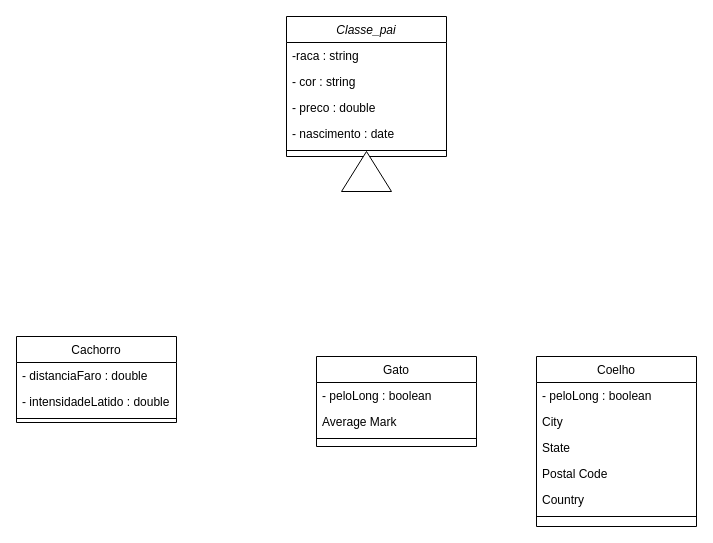
gustavojose136/aula-facul keeps this draw.io diagram as REQUISITOS_MODELAGEM_E_ANÁLISE_DE_DADOS/aula03/word/exe_03.drawio. Above is the earlier version. Source tidied: cells renumbered, new cells numbered last; positions are measured from the earlier drawing's top-left corner, leaving out a move shared by most shapes. Both pictures are drawn from the tidied source at 100%, with x=0, y=0 at pixel (16, 16).
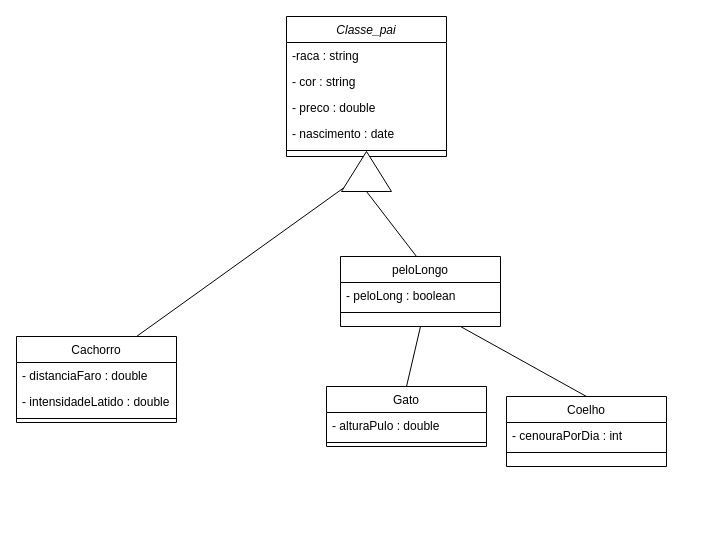
After the change.

Unchanged cells that the change refers to:
```xml
<mxCell id="12" value="Cachorro" style="swimlane;fontStyle=0;align=center;verticalAlign=top;horizontal=1;startSize=26;rounded=0;shadow=0;strokeWidth=1;" parent="1" vertex="1">
  <mxGeometry y="320" width="160" height="86" as="geometry" />
</mxCell>
<mxCell id="23" style="triangle;whiteSpace=wrap;html=1;rotation=-90;" parent="1" vertex="1">
  <mxGeometry x="330" y="130" width="40" height="50" as="geometry" />
</mxCell>
```

Diff of the diagram source:
```diff
@@
     <mxCell id="8" value="Gato" style="swimlane;fontStyle=0;align=center;verticalAlign=top;horizontal=1;startSize=26;rounded=0;shadow=0;strokeWidth=1;" parent="1" vertex="1">
-      <mxGeometry x="300" y="340" width="160" height="90" as="geometry" />
+      <mxGeometry x="310" y="370" width="160" height="60" as="geometry" />
     </mxCell>
-    <mxCell id="9" value="- peloLong : boolean" style="text;align=left;verticalAlign=top;spacingLeft=4;spacingRight=4;overflow=hidden;rounded=0;shadow=0;html=0;" parent="8" vertex="1">
-      <mxGeometry y="26" width="160" height="26" as="geometry" />
-    </mxCell>
-    <mxCell id="10" value="Average Mark" style="text;align=left;verticalAlign=top;spacingLeft=4;spacingRight=4;overflow=hidden;rounded=0;shadow=0;html=0;" parent="8" vertex="1">
-      <mxGeometry y="52" width="160" height="26" as="geometry" />
+    <mxCell id="10" value="- alturaPulo : double " style="text;align=left;verticalAlign=top;spacingLeft=4;spacingRight=4;overflow=hidden;rounded=0;shadow=0;html=0;" parent="8" vertex="1">
+      <mxGeometry y="26" width="160" height="26" as="geometry" />
     </mxCell>
     <mxCell id="11" style="line;html=1;strokeWidth=1;align=left;verticalAlign=middle;spacingTop=-1;spacingLeft=3;spacingRight=3;labelPosition=right;" parent="8" vertex="1">
-      <mxGeometry y="78" width="160" height="8" as="geometry" />
+      <mxGeometry y="52" width="160" height="8" as="geometry" />
     </mxCell>
@@
     <mxCell id="16" value="Coelho" style="swimlane;fontStyle=0;align=center;verticalAlign=top;horizontal=1;startSize=26;rounded=0;shadow=0;strokeWidth=1;" parent="1" vertex="1">
-      <mxGeometry x="520" y="340" width="160" height="170" as="geometry" />
+      <mxGeometry x="490" y="380" width="160" height="70" as="geometry" />
     </mxCell>
-    <mxCell id="17" value="- peloLong : boolean" style="text;align=left;verticalAlign=top;spacingLeft=4;spacingRight=4;overflow=hidden;rounded=0;shadow=0;html=0;" parent="16" vertex="1">
-      <mxGeometry y="26" width="160" height="26" as="geometry" />
-    </mxCell>
-    <mxCell id="18" value="City" style="text;align=left;verticalAlign=top;spacingLeft=4;spacingRight=4;overflow=hidden;rounded=0;shadow=0;html=0;" parent="16" vertex="1">
-      <mxGeometry y="52" width="160" height="26" as="geometry" />
+    <mxCell id="18" value="- cenouraPorDia : int        " style="text;align=left;verticalAlign=top;spacingLeft=4;spacingRight=4;overflow=hidden;rounded=0;shadow=0;html=0;" parent="16" vertex="1">
+      <mxGeometry y="26" width="160" height="26" as="geometry" />
     </mxCell>
-    <mxCell id="19" value="State" style="text;align=left;verticalAlign=top;spacingLeft=4;spacingRight=4;overflow=hidden;rounded=0;shadow=0;html=0;" parent="16" vertex="1">
-      <mxGeometry y="78" width="160" height="26" as="geometry" />
-    </mxCell>
-    <mxCell id="20" value="Postal Code" style="text;align=left;verticalAlign=top;spacingLeft=4;spacingRight=4;overflow=hidden;rounded=0;shadow=0;html=0;" parent="16" vertex="1">
-      <mxGeometry y="104" width="160" height="26" as="geometry" />
-    </mxCell>
-    <mxCell id="21" value="Country" style="text;align=left;verticalAlign=top;spacingLeft=4;spacingRight=4;overflow=hidden;rounded=0;shadow=0;html=0;" parent="16" vertex="1">
-      <mxGeometry y="130" width="160" height="26" as="geometry" />
-    </mxCell>
     <mxCell id="22" style="line;html=1;strokeWidth=1;align=left;verticalAlign=middle;spacingTop=-1;spacingLeft=3;spacingRight=3;labelPosition=right;" parent="16" vertex="1">
-      <mxGeometry y="156" width="160" height="8" as="geometry" />
+      <mxGeometry y="52" width="160" height="8" as="geometry" />
     </mxCell>
@@
+    <mxCell id="24" style="endArrow=none;html=1;rounded=0;exitX=0.75;exitY=0;exitDx=0;exitDy=0;" parent="1" edge="1" source="12" target="23">
+      <mxGeometry relative="1" as="geometry" />
+    </mxCell>
+    <mxCell id="25" style="endArrow=none;html=1;rounded=0;entryX=0;entryY=0.5;entryDx=0;entryDy=0;" parent="1" edge="1" target="23">
+      <mxGeometry relative="1" as="geometry">
+        <mxPoint x="400" y="240" as="sourcePoint" />
+      </mxGeometry>
+    </mxCell>
+    <mxCell id="26" value="peloLongo" style="swimlane;fontStyle=0;align=center;verticalAlign=top;horizontal=1;startSize=26;rounded=0;shadow=0;strokeWidth=1;" parent="1" vertex="1">
+      <mxGeometry x="324" y="240" width="160" height="70" as="geometry" />
+    </mxCell>
+    <mxCell id="27" value="- peloLong : boolean" style="text;align=left;verticalAlign=top;spacingLeft=4;spacingRight=4;overflow=hidden;rounded=0;shadow=0;html=0;" parent="26" vertex="1">
+      <mxGeometry y="26" width="160" height="26" as="geometry" />
+    </mxCell>
+    <mxCell id="28" style="line;html=1;strokeWidth=1;align=left;verticalAlign=middle;spacingTop=-1;spacingLeft=3;spacingRight=3;labelPosition=right;" parent="26" vertex="1">
+      <mxGeometry y="52" width="160" height="8" as="geometry" />
+    </mxCell>
+    <mxCell id="29" style="endArrow=none;html=1;rounded=0;exitX=0.5;exitY=0;exitDx=0;exitDy=0;entryX=0.5;entryY=1;entryDx=0;entryDy=0;" parent="1" edge="1" source="8" target="26">
+      <mxGeometry relative="1" as="geometry" />
+    </mxCell>
+    <mxCell id="30" style="endArrow=none;html=1;rounded=0;exitX=0.5;exitY=0;exitDx=0;exitDy=0;entryX=0.75;entryY=1;entryDx=0;entryDy=0;" parent="1" edge="1" source="16" target="26">
+      <mxGeometry relative="1" as="geometry" />
+    </mxCell>
```
